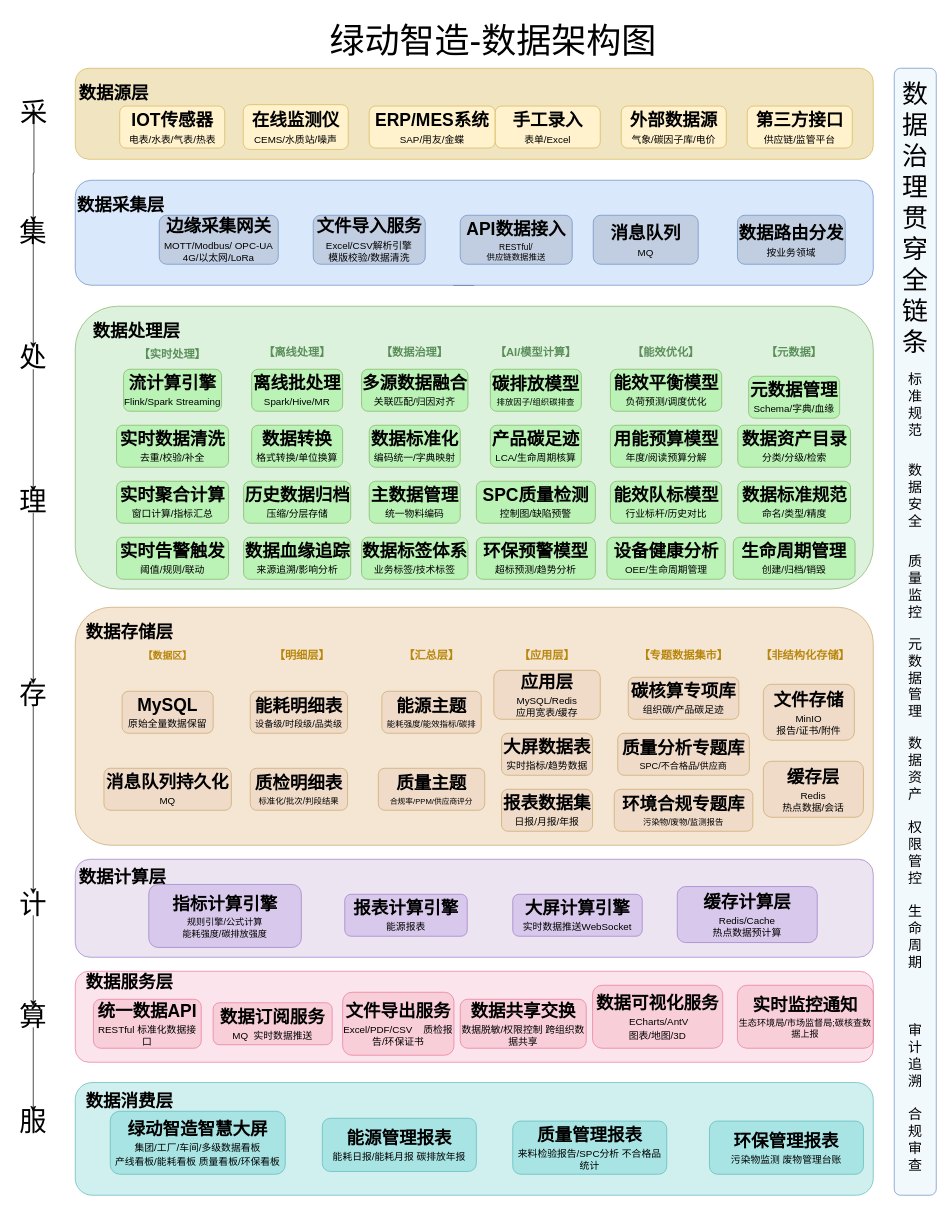
This is 绿动智造数据架构图.drawio from jtzjtz/draw-io, a draw.io file, before an edit. Source tidied: cells renumbered, new cells numbered last; positions are measured from the earlier drawing's top-left corner, leaving out a move shared by most shapes. Both pictures are drawn from the tidied source at 70%, with x=0, y=0 at pixel (12, 12).
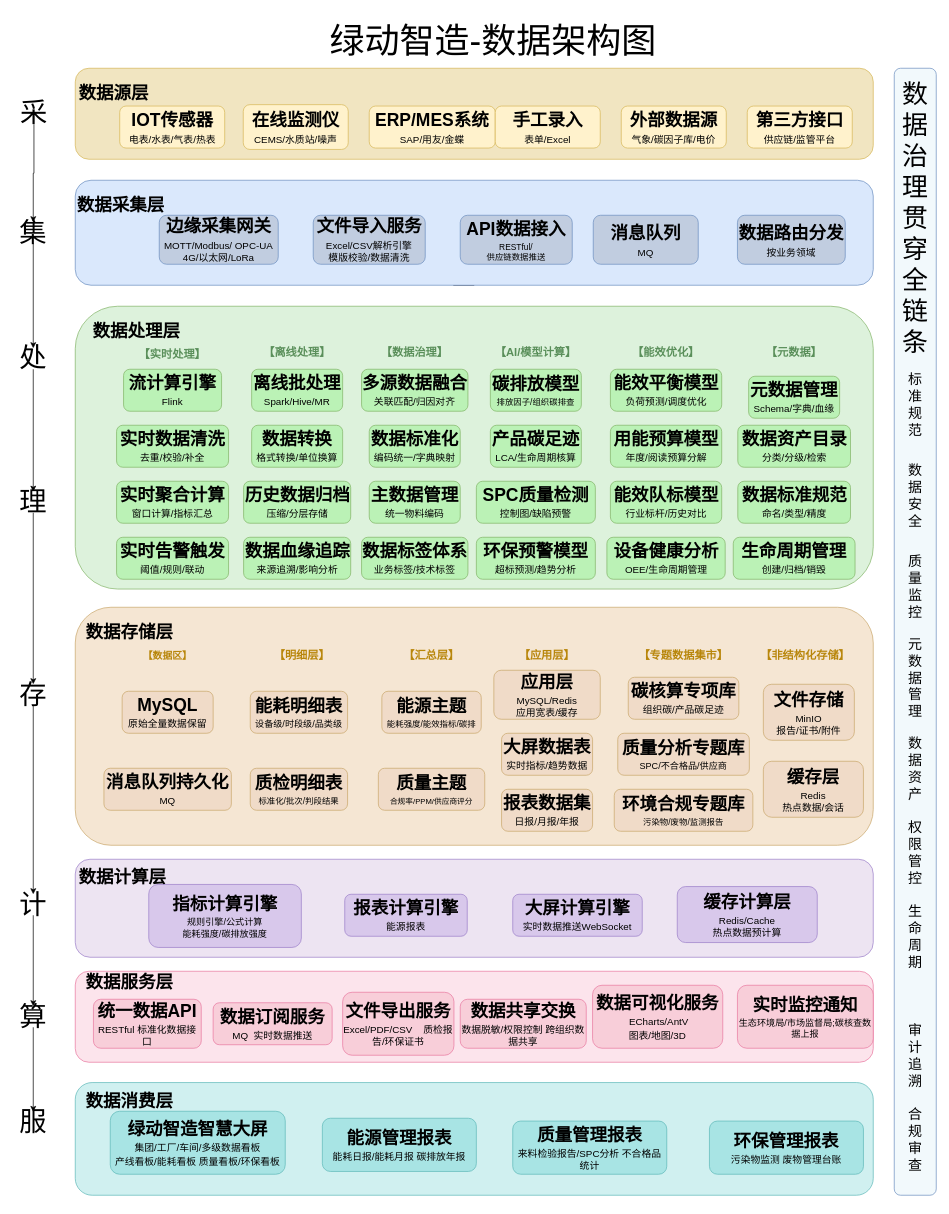
Above is the later version.

Commit message (it also covers changes not shown here):
更新绿动智造数据架构图.drawio

The edit, as a diff of the source:
```diff
@@
-    <mxCell id="26" value="&lt;b&gt;&lt;font style=&quot;font-size: 25px;&quot;&gt;流计算引擎&lt;/font&gt;&lt;/b&gt;&lt;div style=&quot;padding-top: 4px;&quot;&gt;&lt;font style=&quot;font-size: 14px;&quot;&gt;Flink/Spark Streaming&lt;/font&gt;&lt;/div&gt;" style="rounded=1;whiteSpace=wrap;html=1;fillColor=#BBF2B6;strokeColor=#82b366;" parent="1" vertex="1">
+    <mxCell id="26" value="&lt;b&gt;&lt;font style=&quot;font-size: 25px;&quot;&gt;流计算引擎&lt;/font&gt;&lt;/b&gt;&lt;div style=&quot;padding-top: 4px;&quot;&gt;&lt;font style=&quot;font-size: 14px;&quot;&gt;Flink&lt;/font&gt;&lt;/div&gt;" style="rounded=1;whiteSpace=wrap;html=1;fillColor=#BBF2B6;strokeColor=#82b366;" parent="1" vertex="1">
       <mxGeometry x="159" y="510" width="140" height="60" as="geometry" />
     </mxCell>
```
